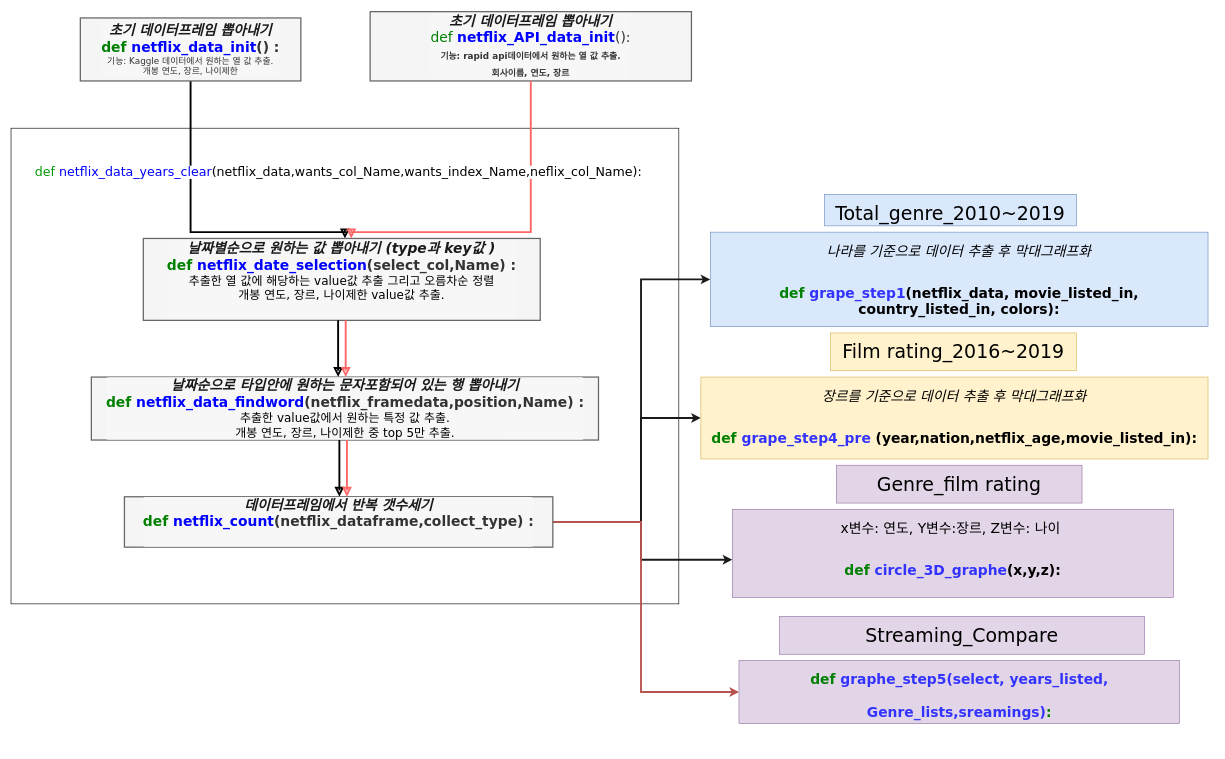
kimsk920825/daily_commit keeps this draw.io diagram as netflix_mini_poject.drawio. Above is the earlier version. Source tidied: cells renumbered, new cells numbered last; positions are measured from the earlier drawing's top-left corner, leaving out a move shared by most shapes. Both pictures are drawn from the tidied source at 63%, with x=0, y=0 at pixel (11, 11).
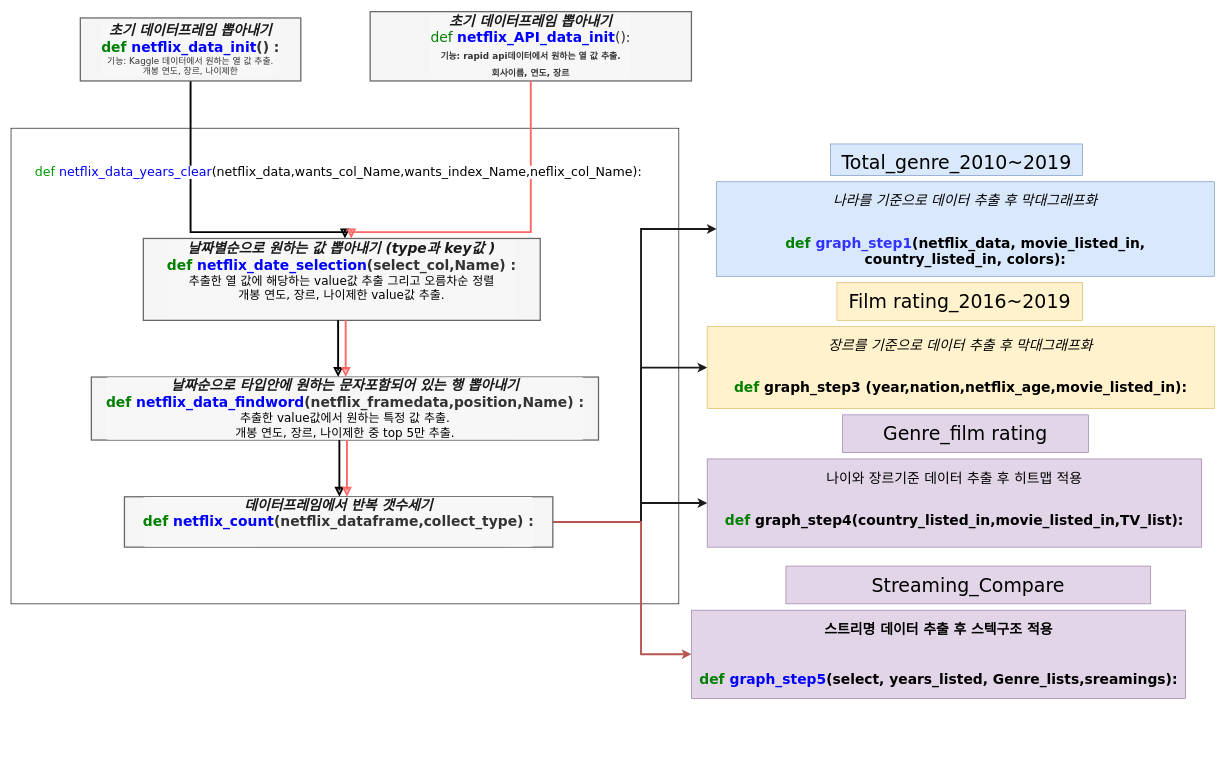
The same diagram, later.

The change refers to these unchanged cells:
```xml
<mxCell id="14" value="&lt;div style=&quot;margin-top: 0px ; margin-bottom: 0px ; padding: 0px ; font-size: 22px ; border-radius: 4px ; line-height: inherit ; word-break: break-all ; overflow-wrap: break-word ; background-color: rgb(247 , 247 , 247) ; border: none&quot;&gt;&lt;font color=&quot;#1a1a1a&quot;&gt;&lt;span class=&quot;c1&quot; style=&quot;margin: 0px ; padding: 0px ; font-style: italic ; font-size: 22px&quot;&gt;데이터프레임에서 반복 갯수세기&lt;/span&gt;&lt;br style=&quot;font-size: 22px&quot;&gt;&lt;/font&gt;&lt;/div&gt;&lt;div style=&quot;margin-top: 0px ; margin-bottom: 0px ; padding: 0px ; font-size: 22px ; border-radius: 4px ; line-height: inherit ; word-break: break-all ; overflow-wrap: break-word ; background-color: rgb(247 , 247 , 247) ; border: none&quot;&gt;&lt;div style=&quot;margin-top: 0px ; margin-bottom: 0px ; padding: 0px ; border-radius: 4px ; line-height: inherit ; word-break: break-all ; overflow-wrap: break-word ; border: none ; font-size: 22px&quot;&gt;&lt;span class=&quot;k&quot; style=&quot;margin: 0px ; padding: 0px ; color: green ; font-size: 22px&quot;&gt;def&lt;/span&gt; &lt;span class=&quot;nf&quot; style=&quot;margin: 0px ; padding: 0px ; color: blue ; font-size: 22px&quot;&gt;netflix_count&lt;/span&gt;&lt;span class=&quot;p&quot; style=&quot;margin: 0px ; padding: 0px ; font-size: 22px&quot;&gt;(&lt;/span&gt;&lt;span class=&quot;n&quot; style=&quot;margin: 0px ; padding: 0px ; font-size: 22px&quot;&gt;netflix_dataframe&lt;/span&gt;&lt;span class=&quot;p&quot; style=&quot;margin: 0px ; padding: 0px ; font-size: 22px&quot;&gt;,&lt;/span&gt;&lt;span class=&quot;n&quot; style=&quot;margin: 0px ; padding: 0px ; font-size: 22px&quot;&gt;collect_type&lt;/span&gt;&lt;span class=&quot;p&quot; style=&quot;margin: 0px ; padding: 0px ; font-size: 22px&quot;&gt;)&lt;/span&gt; &lt;span class=&quot;p&quot; style=&quot;margin: 0px ; padding: 0px ; font-size: 22px&quot;&gt;:&lt;/span&gt;&lt;br style=&quot;font-size: 22px&quot;&gt;&lt;/div&gt;&lt;div style=&quot;color: rgb(51 , 51 , 51) ; font-size: 22px&quot;&gt;&lt;span class=&quot;p&quot; style=&quot;margin: 0px ; padding: 0px ; font-size: 22px&quot;&gt;&lt;br style=&quot;font-size: 22px&quot;&gt;&lt;/span&gt;&lt;/div&gt;&lt;/div&gt;" style="rounded=1;whiteSpace=wrap;html=1;fontSize=22;glass=0;strokeWidth=2;shadow=0;arcSize=0;fillColor=#f5f5f5;strokeColor=#666666;fontColor=#333333;fontStyle=1;fontFamily=Verdana;" parent="1" vertex="1">
  <mxGeometry x="180" y="770" width="680" height="80" as="geometry" />
</mxCell>
```

Diff of the diagram source:
```diff
@@
     <mxCell id="5" value="&lt;h2 style=&quot;box-sizing: border-box; margin: 0px 0px 30px; padding: 0px; font-weight: normal; line-height: 47.5px; color: rgb(0, 0, 0); font-style: normal; font-stretch: normal; letter-spacing: normal; text-indent: 0px; text-transform: none; word-spacing: 0px; text-decoration: none;&quot;&gt;&lt;font style=&quot;font-size: 30px&quot;&gt;Total_genre_2010~2019&lt;/font&gt;&lt;/h2&gt;" style="text;whiteSpace=wrap;html=1;fillColor=#dae8fc;strokeColor=#6c8ebf;align=center;fontFamily=Verdana;" parent="1" vertex="1">
-      <mxGeometry x="1291" y="290" width="400" height="50" as="geometry" />
+      <mxGeometry x="1301" y="210" width="400" height="50" as="geometry" />
     </mxCell>
@@
     <mxCell id="10" style="edgeStyle=orthogonalEdgeStyle;rounded=0;jettySize=auto;html=1;entryX=0;entryY=0.5;entryDx=0;entryDy=0;strokeWidth=3;strokeColor=#1A1A1A;fontFamily=Verdana;" parent="1" edge="1" source="14" target="15">
       <mxGeometry relative="1" as="geometry">
         <Array as="points">
           <mxPoint x="1000" y="810" />
-          <mxPoint x="1000" y="425" />
+          <mxPoint x="1000" y="345" />
         </Array>
       </mxGeometry>
     </mxCell>
     <mxCell id="11" style="edgeStyle=orthogonalEdgeStyle;rounded=0;jettySize=auto;html=1;entryX=0;entryY=0.5;entryDx=0;entryDy=0;strokeColor=#1A1A1A;strokeWidth=3;fontFamily=Verdana;" parent="1" edge="1" source="14" target="16">
       <mxGeometry relative="1" as="geometry">
         <Array as="points">
           <mxPoint x="1000" y="810" />
-          <mxPoint x="1000" y="645" />
+          <mxPoint x="1000" y="565" />
         </Array>
       </mxGeometry>
     </mxCell>
     <mxCell id="12" style="edgeStyle=orthogonalEdgeStyle;rounded=0;jettySize=auto;html=1;strokeColor=#1A1A1A;strokeWidth=3;fontFamily=Verdana;" parent="1" edge="1" source="14" target="20">
       <mxGeometry relative="1" as="geometry">
         <Array as="points">
           <mxPoint x="1000" y="810" />
-          <mxPoint x="1000" y="870" />
+          <mxPoint x="1000" y="780" />
         </Array>
       </mxGeometry>
     </mxCell>
     <mxCell id="13" style="edgeStyle=orthogonalEdgeStyle;rounded=0;jettySize=auto;html=1;entryX=0;entryY=0.5;entryDx=0;entryDy=0;strokeColor=#b85450;strokeWidth=3;fillColor=#f8cecc;fontFamily=Verdana;" parent="1" edge="1" source="14" target="26">
       <mxGeometry relative="1" as="geometry">
         <Array as="points">
           <mxPoint x="1000" y="810" />
-          <mxPoint x="1000" y="1080" />
+          <mxPoint x="1000" y="1020" />
         </Array>
       </mxGeometry>
     </mxCell>
@@
-    <mxCell id="15" value="&lt;h2 style=&quot;box-sizing: border-box; margin: 0px 0px 30px; padding: 0px; font-weight: normal; line-height: 47.5px; font-size: 22px; font-stretch: normal;&quot;&gt;&lt;i&gt;나라를 기준으로 데이터 추출 후 막대그래프화&lt;/i&gt;&lt;/h2&gt;&lt;div&gt;&lt;font style=&quot;font-size: 22px&quot;&gt;&lt;b&gt;&lt;span style=&quot;color: green&quot;&gt;def&lt;/span&gt;&amp;nbsp;&lt;font color=&quot;#3333ff&quot;&gt;grape_step1&lt;/font&gt;(netflix_data, movie_listed_in, country_listed_in, colors):&lt;/b&gt;&lt;/font&gt;&lt;/div&gt;" style="text;whiteSpace=wrap;html=1;fillColor=#dae8fc;strokeColor=#6c8ebf;align=center;fontFamily=Verdana;" parent="1" vertex="1">
-      <mxGeometry x="1110" y="350" width="790" height="150" as="geometry" />
+    <mxCell id="15" value="&lt;h2 style=&quot;box-sizing: border-box ; margin: 0px 0px 30px ; padding: 0px ; font-weight: normal ; line-height: 47.5px ; font-size: 22px ; font-stretch: normal&quot;&gt;&lt;i&gt;나라를 기준으로 데이터 추출 후 막대그래프화&lt;/i&gt;&lt;/h2&gt;&lt;div&gt;&lt;font style=&quot;font-size: 22px&quot;&gt;&lt;b&gt;&lt;span style=&quot;color: green&quot;&gt;def&lt;/span&gt;&amp;nbsp;&lt;font color=&quot;#3333ff&quot;&gt;graph_step1&lt;/font&gt;(netflix_data, movie_listed_in, country_listed_in, colors):&lt;/b&gt;&lt;/font&gt;&lt;/div&gt;" style="text;whiteSpace=wrap;html=1;fillColor=#dae8fc;strokeColor=#6c8ebf;align=center;fontFamily=Verdana;" parent="1" vertex="1">
+      <mxGeometry x="1120" y="270" width="790" height="150" as="geometry" />
     </mxCell>
-    <mxCell id="16" value="&lt;h2 style=&quot;box-sizing: border-box; margin: 0px 0px 30px; padding: 0px; font-weight: normal; line-height: 47.5px; font-size: 22px; font-stretch: normal;&quot;&gt;&lt;i&gt;장르를 기준으로 데이터 추출 후 막대그래프화&lt;/i&gt;&lt;/h2&gt;&lt;div&gt;&lt;b style=&quot;font-size: 22px&quot;&gt;&lt;span style=&quot;color: green&quot;&gt;def&lt;/span&gt;&amp;nbsp;&lt;font color=&quot;#3333ff&quot;&gt;grape_step4_pre&lt;/font&gt;&amp;nbsp;(year,nation,netflix_age,movie_listed_in):&lt;/b&gt;&lt;i&gt;&lt;br&gt;&lt;/i&gt;&lt;/div&gt;" style="text;whiteSpace=wrap;html=1;fillColor=#fff2cc;strokeColor=#d6b656;align=center;fontFamily=Verdana;" parent="1" vertex="1">
-      <mxGeometry x="1095" y="580" width="805" height="130" as="geometry" />
+    <mxCell id="16" value="&lt;h2 style=&quot;box-sizing: border-box ; margin: 0px 0px 30px ; padding: 0px ; font-weight: normal ; line-height: 47.5px ; font-size: 22px ; font-stretch: normal&quot;&gt;&lt;i&gt;장르를 기준으로 데이터 추출 후 막대그래프화&lt;/i&gt;&lt;/h2&gt;&lt;div&gt;&lt;b style=&quot;font-size: 22px&quot;&gt;&lt;span style=&quot;color: green&quot;&gt;def&lt;/span&gt;&amp;nbsp;&lt;/b&gt;&lt;b style=&quot;font-size: 22px&quot;&gt;&lt;font&gt;graph_step3&lt;/font&gt;&lt;/b&gt;&lt;b style=&quot;font-size: 22px&quot;&gt;&amp;nbsp;(year,nation,netflix_age,movie_listed_in):&lt;/b&gt;&lt;i&gt;&lt;br&gt;&lt;/i&gt;&lt;/div&gt;" style="text;whiteSpace=wrap;html=1;fillColor=#fff2cc;strokeColor=#d6b656;align=center;fontFamily=Verdana;" parent="1" vertex="1">
+      <mxGeometry x="1105" y="500" width="805" height="130" as="geometry" />
     </mxCell>
     <mxCell id="17" value="&lt;h2 style=&quot;box-sizing: border-box; margin: 0px 0px 30px; padding: 0px; font-weight: normal; line-height: 47.5px; color: rgb(0, 0, 0); font-style: normal; font-stretch: normal; letter-spacing: normal; text-indent: 0px; text-transform: none; word-spacing: 0px; text-decoration: none;&quot;&gt;&lt;font style=&quot;font-size: 30px&quot;&gt;Film rating_2016~2019&lt;/font&gt;&lt;/h2&gt;" style="text;whiteSpace=wrap;html=1;fillColor=#fff2cc;strokeColor=#d6b656;align=center;fontFamily=Verdana;" parent="1" vertex="1">
-      <mxGeometry x="1301" y="510" width="390" height="60" as="geometry" />
+      <mxGeometry x="1311" y="430" width="390" height="60" as="geometry" />
     </mxCell>
     <mxCell id="18" value="&lt;h2 style=&quot;box-sizing: border-box; margin: 0px 0px 30px; padding: 0px; font-weight: normal; line-height: 47.5px; color: rgb(0, 0, 0); font-style: normal; font-stretch: normal; letter-spacing: normal; text-indent: 0px; text-transform: none; word-spacing: 0px; text-decoration: none;&quot;&gt;&lt;span style=&quot;font-size: 30px&quot;&gt;Genre_film rating&lt;/span&gt;&lt;/h2&gt;" style="text;whiteSpace=wrap;html=1;fillColor=#e1d5e7;strokeColor=#9673a6;align=center;fontFamily=Verdana;" parent="1" vertex="1">
-      <mxGeometry x="1310" y="720" width="390" height="60" as="geometry" />
+      <mxGeometry x="1320" y="640" width="390" height="60" as="geometry" />
     </mxCell>
@@
-    <mxCell id="20" value="&lt;h2 style=&quot;box-sizing: border-box; margin: 0px 0px 30px; padding: 0px; font-weight: normal; line-height: 47.5px; color: rgb(0, 0, 0); font-style: normal; font-stretch: normal; letter-spacing: normal; text-indent: 0px; text-transform: none; word-spacing: 0px; text-decoration: none; font-size: 22px;&quot;&gt;x변수: 연도, Y변수:장르, Z변수: 나이&amp;nbsp;&lt;/h2&gt;&lt;b&gt;&lt;span style=&quot;font-size: 22px&quot;&gt;&lt;span style=&quot;color: green&quot;&gt;def&amp;nbsp;&lt;/span&gt;&lt;/span&gt;&lt;span style=&quot;font-size: 22px;&quot;&gt;&lt;font color=&quot;#3333ff&quot;&gt;circle_3D_graphe&lt;/font&gt;(x,y,z):&lt;/span&gt;&lt;span style=&quot;font-size: 22px&quot;&gt;&lt;span style=&quot;color: green&quot;&gt;&lt;br&gt;&lt;/span&gt;&lt;/span&gt;&lt;/b&gt;&lt;div&gt;&lt;br&gt;&lt;/div&gt;" style="text;whiteSpace=wrap;html=1;fillColor=#e1d5e7;strokeColor=#9673a6;align=center;fontFamily=Verdana;" parent="1" vertex="1">
-      <mxGeometry x="1145" y="790" width="700" height="140" as="geometry" />
+    <mxCell id="20" value="&lt;h2 style=&quot;box-sizing: border-box ; margin: 0px 0px 30px ; padding: 0px ; font-weight: normal ; line-height: 47.5px ; color: rgb(0 , 0 , 0) ; font-style: normal ; font-stretch: normal ; letter-spacing: normal ; text-indent: 0px ; text-transform: none ; word-spacing: 0px ; text-decoration: none ; font-size: 22px&quot;&gt;나이와 장르기준 데이터 추출 후 히트맵 적용&lt;/h2&gt;&lt;b&gt;&lt;span style=&quot;font-size: 22px&quot;&gt;&lt;span style=&quot;color: green&quot;&gt;def&amp;nbsp;&lt;/span&gt;&lt;/span&gt;&lt;/b&gt;&lt;b style=&quot;font-size: 22px&quot;&gt;&lt;font&gt;graph_step4(country_listed_in,movie_listed_in,TV_list)&lt;/font&gt;&lt;/b&gt;&lt;b&gt;&lt;span style=&quot;font-size: 22px&quot;&gt;:&lt;/span&gt;&lt;span style=&quot;font-size: 22px&quot;&gt;&lt;span style=&quot;color: green&quot;&gt;&lt;br&gt;&lt;/span&gt;&lt;/span&gt;&lt;/b&gt;&lt;div&gt;&lt;br&gt;&lt;/div&gt;" style="text;whiteSpace=wrap;html=1;fillColor=#e1d5e7;strokeColor=#9673a6;align=center;fontFamily=Verdana;" parent="1" vertex="1">
+      <mxGeometry x="1105" y="710" width="785" height="140" as="geometry" />
     </mxCell>
@@
     <mxCell id="25" value="&lt;h2 style=&quot;box-sizing: border-box; margin: 0px 0px 30px; padding: 0px; font-weight: normal; line-height: 47.5px; color: rgb(0, 0, 0); font-style: normal; font-stretch: normal; letter-spacing: normal; text-indent: 0px; text-transform: none; word-spacing: 0px; text-decoration: none;&quot;&gt;&lt;span style=&quot;font-size: 30px&quot;&gt;Streaming_Compare&lt;/span&gt;&lt;/h2&gt;" style="text;whiteSpace=wrap;html=1;fillColor=#e1d5e7;strokeColor=#9673a6;align=center;fontFamily=Verdana;" parent="1" vertex="1">
-      <mxGeometry x="1220" y="960" width="579" height="60" as="geometry" />
+      <mxGeometry x="1230" y="880" width="579" height="60" as="geometry" />
     </mxCell>
-    <mxCell id="26" value="&lt;h2 style=&quot;box-sizing: border-box; margin: 0px 0px 30px; padding: 0px; font-weight: normal; line-height: 47.5px; font-style: normal; font-stretch: normal; letter-spacing: normal; text-indent: 0px; text-transform: none; word-spacing: 0px; text-decoration: none;&quot;&gt;&lt;b style=&quot;font-size: 12px;&quot;&gt;&lt;span style=&quot;font-size: 22px&quot;&gt;&lt;span style=&quot;color: green&quot;&gt;def &lt;/span&gt;&lt;font color=&quot;#3333ff&quot;&gt;graphe_step5(select, years_listed, Genre_lists,sreamings)&lt;/font&gt;&lt;span style=&quot;color: green&quot;&gt;:&lt;/span&gt;&lt;/span&gt;&lt;/b&gt;&lt;br&gt;&lt;/h2&gt;" style="text;whiteSpace=wrap;html=1;fillColor=#e1d5e7;strokeColor=#9673a6;align=center;fontFamily=Verdana;" parent="1" vertex="1">
-      <mxGeometry x="1155.5" y="1030" width="699" height="100" as="geometry" />
+    <mxCell id="26" value="&lt;h2 style=&quot;box-sizing: border-box ; margin: 0px 0px 30px ; padding: 0px ; line-height: 47.5px ; font-style: normal ; font-stretch: normal ; letter-spacing: normal ; text-indent: 0px ; text-transform: none ; word-spacing: 0px ; text-decoration: none&quot;&gt;&lt;font color=&quot;#000000&quot;&gt;&lt;span style=&quot;font-size: 22px&quot;&gt;스트리명 데이터 추출 후 스텍구조 적용&lt;/span&gt;&lt;/font&gt;&lt;/h2&gt;&lt;h2 style=&quot;box-sizing: border-box ; margin: 0px 0px 30px ; padding: 0px ; font-weight: normal ; line-height: 47.5px ; font-style: normal ; font-stretch: normal ; letter-spacing: normal ; text-indent: 0px ; text-transform: none ; word-spacing: 0px ; text-decoration: none&quot;&gt;&lt;b style=&quot;color: rgb(0 , 0 , 0) ; font-size: 12px&quot;&gt;&lt;span style=&quot;font-size: 22px&quot;&gt;&lt;span style=&quot;color: green ; line-height: 146%&quot;&gt;def&amp;nbsp;&lt;/span&gt;&lt;/span&gt;&lt;/b&gt;&lt;b style=&quot;font-size: 22px&quot;&gt;&lt;font color=&quot;#0000ff&quot;&gt;graph_step5&lt;/font&gt;&lt;/b&gt;&lt;font color=&quot;#000000&quot;&gt;&lt;b style=&quot;font-size: 12px&quot;&gt;&lt;span style=&quot;font-size: 22px&quot;&gt;&lt;font&gt;(select, years_list&lt;/font&gt;&lt;/span&gt;&lt;/b&gt;&lt;b style=&quot;font-size: 12px&quot;&gt;&lt;span style=&quot;font-size: 22px&quot;&gt;&lt;font&gt;ed, Genre_lists,sreamings)&lt;/font&gt;&lt;span&gt;:&lt;/span&gt;&lt;/span&gt;&lt;/b&gt;&lt;/font&gt;&lt;/h2&gt;" style="text;whiteSpace=wrap;html=1;fillColor=#e1d5e7;strokeColor=#9673a6;align=center;fontFamily=Verdana;spacing=2;" parent="1" vertex="1">
+      <mxGeometry x="1080" y="950" width="784.5" height="140" as="geometry" />
     </mxCell>
```
